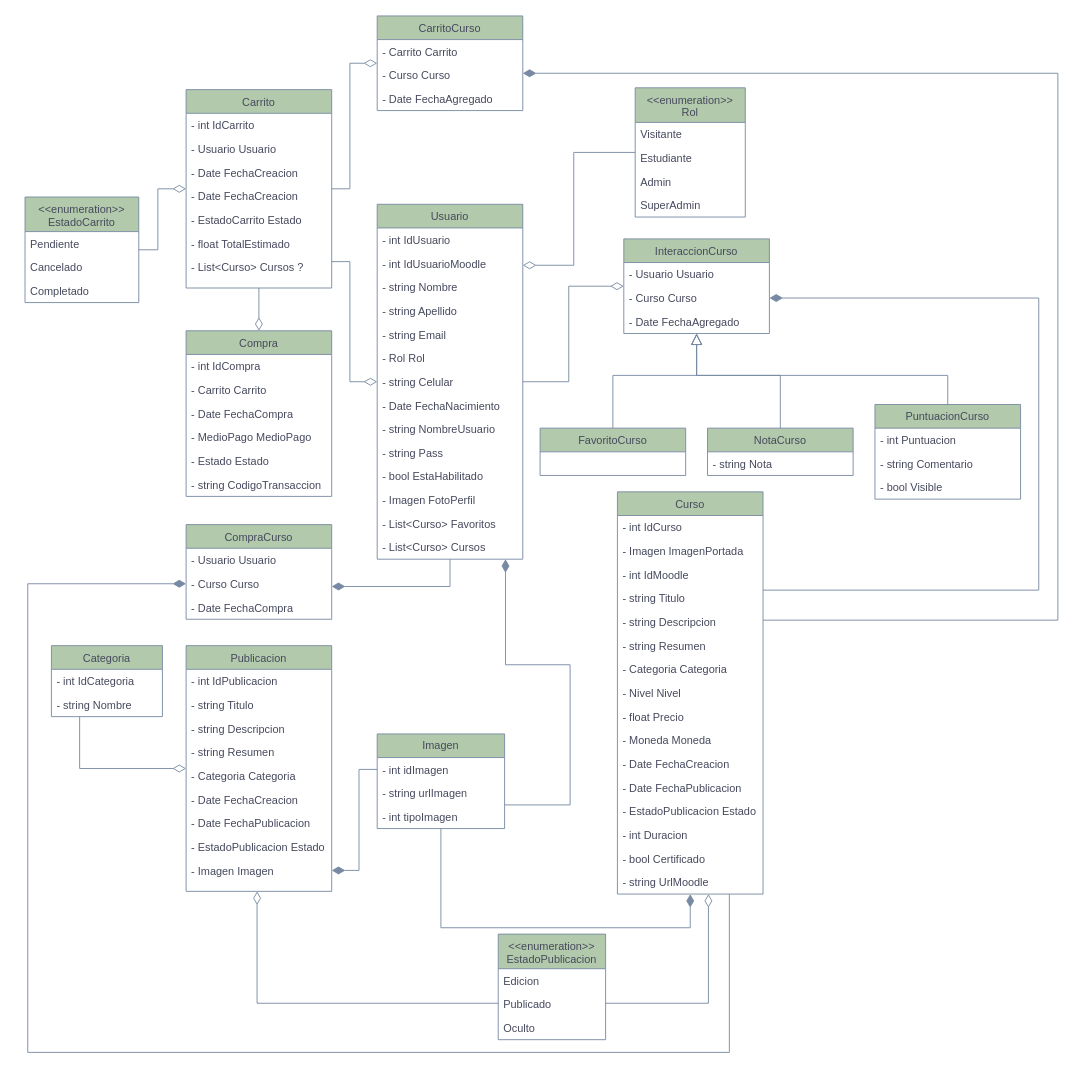
Earlier version of the draw.io diagram UML/UML.drawio (GDieser/tpc-equipo-12A). Source tidied: cells renumbered, new cells numbered last; positions are measured from the earlier drawing's top-left corner, leaving out a move shared by most shapes. Both pictures are drawn from the tidied source at 91%, with x=0, y=0 at pixel (25, 15).
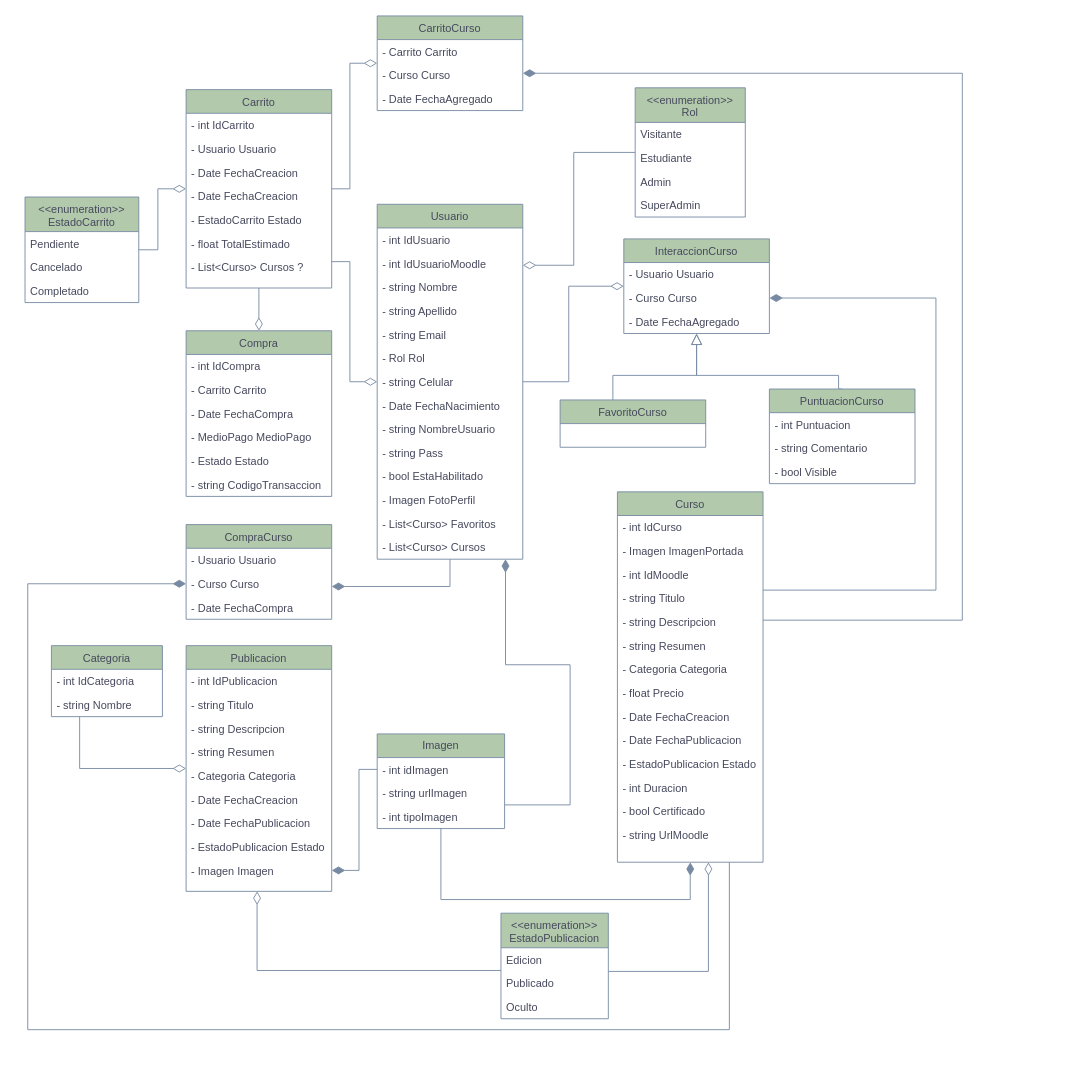
The same diagram, later.

The change refers to these unchanged cells:
```xml
<mxCell id="49" value="CarritoCurso" style="swimlane;fontStyle=0;align=center;verticalAlign=top;horizontal=1;startSize=26;rounded=0;shadow=0;strokeWidth=1;labelBackgroundColor=none;fillColor=#B2C9AB;strokeColor=#788AA3;fontColor=#46495D;" parent="1" vertex="1">
  <mxGeometry x="387" width="160" height="104" as="geometry" />
</mxCell>
<mxCell id="63" value="Imagen" style="swimlane;fontStyle=0;horizontal=1;startSize=26;fillColor=#B2C9AB;whiteSpace=wrap;html=1;labelBackgroundColor=none;strokeColor=#788AA3;fontColor=#46495D;" parent="1" vertex="1">
  <mxGeometry x="387" y="789" width="140" height="104" as="geometry" />
</mxCell>
<mxCell id="67" value="Publicacion" style="swimlane;fontStyle=0;align=center;verticalAlign=top;horizontal=1;startSize=26;rounded=0;shadow=0;strokeWidth=1;labelBackgroundColor=none;fillColor=#B2C9AB;strokeColor=#788AA3;fontColor=#46495D;" parent="1" vertex="1">
  <mxGeometry x="177" y="692" width="160" height="270" as="geometry" />
</mxCell>
<mxCell id="82" value="InteraccionCurso" style="swimlane;fontStyle=0;align=center;verticalAlign=top;horizontal=1;startSize=26;rounded=0;shadow=0;strokeWidth=1;labelBackgroundColor=none;fillColor=#B2C9AB;strokeColor=#788AA3;fontColor=#46495D;" parent="1" vertex="1">
  <mxGeometry x="658" y="245" width="160" height="104" as="geometry" />
</mxCell>
<mxCell id="88" value="CompraCurso" style="swimlane;fontStyle=0;align=center;verticalAlign=top;horizontal=1;startSize=26;rounded=0;shadow=0;strokeWidth=1;labelBackgroundColor=none;fillColor=#B2C9AB;strokeColor=#788AA3;fontColor=#46495D;" parent="1" vertex="1">
  <mxGeometry x="177" y="559" width="160" height="104" as="geometry" />
</mxCell>
```

The edit, as a diff of the source:
```diff
@@
     <mxCell id="17" value="Curso" style="swimlane;fontStyle=0;align=center;verticalAlign=top;horizontal=1;startSize=26;rounded=0;shadow=0;strokeWidth=1;labelBackgroundColor=none;fillColor=#B2C9AB;strokeColor=#788AA3;fontColor=#46495D;" parent="1" vertex="1">
-      <mxGeometry x="651" y="523" width="160" height="442" as="geometry" />
+      <mxGeometry x="651" y="523" width="160" height="407" as="geometry" />
     </mxCell>
@@
-    <mxCell id="25" value="- Nivel Nivel" style="text;align=left;verticalAlign=top;spacingLeft=4;spacingRight=4;overflow=hidden;rounded=0;shadow=0;html=0;labelBackgroundColor=none;fontColor=#46495D;" parent="17" vertex="1">
-      <mxGeometry y="208" width="160" height="26" as="geometry" />
-    </mxCell>
     <mxCell id="26" value="- float Precio" style="text;align=left;verticalAlign=top;spacingLeft=4;spacingRight=4;overflow=hidden;rounded=0;shadow=0;html=0;labelBackgroundColor=none;fontColor=#46495D;" parent="17" vertex="1">
-      <mxGeometry y="234" width="160" height="26" as="geometry" />
+      <mxGeometry y="208" width="160" height="26" as="geometry" />
     </mxCell>
-    <mxCell id="27" value="- Moneda Moneda" style="text;align=left;verticalAlign=top;spacingLeft=4;spacingRight=4;overflow=hidden;rounded=0;shadow=0;html=0;labelBackgroundColor=none;fontColor=#46495D;" parent="17" vertex="1">
-      <mxGeometry y="260" width="160" height="26" as="geometry" />
-    </mxCell>
     <mxCell id="28" value="- Date FechaCreacion" style="text;align=left;verticalAlign=top;spacingLeft=4;spacingRight=4;overflow=hidden;rounded=0;shadow=0;html=0;labelBackgroundColor=none;fontColor=#46495D;" parent="17" vertex="1">
-      <mxGeometry y="286" width="160" height="26" as="geometry" />
+      <mxGeometry y="234" width="160" height="26" as="geometry" />
     </mxCell>
     <mxCell id="29" value="- Date FechaPublicacion" style="text;align=left;verticalAlign=top;spacingLeft=4;spacingRight=4;overflow=hidden;rounded=0;shadow=0;html=0;labelBackgroundColor=none;fontColor=#46495D;" parent="17" vertex="1">
-      <mxGeometry y="312" width="160" height="26" as="geometry" />
+      <mxGeometry y="260" width="160" height="26" as="geometry" />
     </mxCell>
     <mxCell id="30" value="- EstadoPublicacion Estado" style="text;align=left;verticalAlign=top;spacingLeft=4;spacingRight=4;overflow=hidden;rounded=0;shadow=0;html=0;labelBackgroundColor=none;fontColor=#46495D;" parent="17" vertex="1">
-      <mxGeometry y="338" width="160" height="26" as="geometry" />
+      <mxGeometry y="286" width="160" height="26" as="geometry" />
     </mxCell>
     <mxCell id="31" value="- int Duracion" style="text;align=left;verticalAlign=top;spacingLeft=4;spacingRight=4;overflow=hidden;rounded=0;shadow=0;html=0;labelBackgroundColor=none;fontColor=#46495D;" parent="17" vertex="1">
-      <mxGeometry y="364" width="160" height="26" as="geometry" />
+      <mxGeometry y="312" width="160" height="26" as="geometry" />
     </mxCell>
     <mxCell id="32" value="- bool Certificado" style="text;align=left;verticalAlign=top;spacingLeft=4;spacingRight=4;overflow=hidden;rounded=0;shadow=0;html=0;labelBackgroundColor=none;fontColor=#46495D;" parent="17" vertex="1">
-      <mxGeometry y="390" width="160" height="26" as="geometry" />
+      <mxGeometry y="338" width="160" height="26" as="geometry" />
     </mxCell>
     <mxCell id="33" value="- string UrlMoodle" style="text;align=left;verticalAlign=top;spacingLeft=4;spacingRight=4;overflow=hidden;rounded=0;shadow=0;html=0;labelBackgroundColor=none;fontColor=#46495D;" parent="17" vertex="1">
-      <mxGeometry y="416" width="160" height="26" as="geometry" />
+      <mxGeometry y="364" width="160" height="26" as="geometry" />
     </mxCell>
@@
     <mxCell id="54" value="FavoritoCurso" style="swimlane;fontStyle=0;align=center;verticalAlign=top;horizontal=1;startSize=26;rounded=0;shadow=0;strokeWidth=1;labelBackgroundColor=none;fillColor=#B2C9AB;strokeColor=#788AA3;fontColor=#46495D;" parent="1" vertex="1">
-      <mxGeometry x="566" y="453" width="160" height="52" as="geometry" />
+      <mxGeometry x="588" y="422" width="160" height="52" as="geometry" />
     </mxCell>
     <mxCell id="55" style="edgeStyle=orthogonalEdgeStyle;rounded=0;jettySize=auto;html=1;endArrow=block;endFill=0;endSize=10;labelBackgroundColor=none;strokeColor=#788AA3;fontColor=default;exitX=0.5;exitY=0;exitDx=0;exitDy=0;" parent="1" edge="1" source="56" target="82">
       <mxGeometry relative="1" as="geometry">
         <Array as="points">
-          <mxPoint x="1014" y="395" />
+          <mxPoint x="894" y="410" />
+          <mxPoint x="894" y="395" />
           <mxPoint x="738" y="395" />
         </Array>
       </mxGeometry>
     </mxCell>
     <mxCell id="56" value="PuntuacionCurso" style="swimlane;fontStyle=0;align=center;verticalAlign=top;horizontal=1;startSize=26;rounded=0;shadow=0;strokeWidth=1;labelBackgroundColor=none;fillColor=#B2C9AB;strokeColor=#788AA3;fontColor=#46495D;" parent="1" vertex="1">
-      <mxGeometry x="934" y="427" width="160" height="104" as="geometry" />
+      <mxGeometry x="818" y="410" width="160" height="104" as="geometry" />
     </mxCell>
@@
-    <mxCell id="60" style="edgeStyle=orthogonalEdgeStyle;rounded=0;jettySize=auto;html=1;endArrow=block;endFill=0;endSize=10;labelBackgroundColor=none;strokeColor=#788AA3;fontColor=default;" parent="1" edge="1" source="61" target="82">
-      <mxGeometry relative="1" as="geometry">
-        <Array as="points">
-          <mxPoint x="830" y="395" />
-          <mxPoint x="738" y="395" />
-        </Array>
-      </mxGeometry>
-    </mxCell>
-    <mxCell id="61" value="NotaCurso" style="swimlane;fontStyle=0;align=center;verticalAlign=top;horizontal=1;startSize=26;rounded=0;shadow=0;strokeWidth=1;labelBackgroundColor=none;fillColor=#B2C9AB;strokeColor=#788AA3;fontColor=#46495D;" parent="1" vertex="1">
-      <mxGeometry x="750" y="453" width="160" height="52" as="geometry" />
-    </mxCell>
-    <mxCell id="62" value="- string Nota" style="text;align=left;verticalAlign=top;spacingLeft=4;spacingRight=4;overflow=hidden;rounded=0;shadow=0;html=0;labelBackgroundColor=none;fontColor=#46495D;" parent="61" vertex="1">
-      <mxGeometry y="26" width="160" height="26" as="geometry" />
-    </mxCell>
@@
     <mxCell id="77" style="edgeStyle=orthogonalEdgeStyle;rounded=0;jettySize=auto;html=1;strokeColor=#788AA3;fontSize=12;fontColor=default;startSize=8;endSize=12;labelBackgroundColor=none;endArrow=diamondThin;endFill=1;" parent="1" edge="1" source="63" target="17">
       <mxGeometry relative="1" as="geometry">
         <Array as="points">
-          <mxPoint x="457" y="1002" />
-          <mxPoint x="731" y="1002" />
+          <mxPoint x="457" y="971" />
+          <mxPoint x="731" y="971" />
         </Array>
       </mxGeometry>
     </mxCell>
@@
     <mxCell id="81" style="edgeStyle=orthogonalEdgeStyle;rounded=0;jettySize=auto;html=1;labelBackgroundColor=none;strokeColor=#788AA3;fontColor=default;endArrow=diamondThin;endFill=1;endSize=12;" parent="1" edge="1" source="17" target="49">
       <mxGeometry relative="1" as="geometry">
         <Array as="points">
-          <mxPoint x="1135" y="664" />
-          <mxPoint x="1135" y="63" />
+          <mxPoint x="1030" y="664" />
+          <mxPoint x="1030" y="63" />
         </Array>
       </mxGeometry>
     </mxCell>
@@
     <mxCell id="86" style="edgeStyle=orthogonalEdgeStyle;rounded=0;jettySize=auto;html=1;labelBackgroundColor=none;strokeColor=#788AA3;fontColor=default;endArrow=diamondThin;endFill=1;strokeWidth=1;endSize=12;" parent="1" edge="1" source="17" target="82">
       <mxGeometry relative="1" as="geometry">
         <Array as="points">
-          <mxPoint x="1114" y="631" />
-          <mxPoint x="1114" y="310" />
+          <mxPoint x="1001" y="631" />
+          <mxPoint x="1001" y="310" />
         </Array>
       </mxGeometry>
     </mxCell>
@@
     <mxCell id="93" style="edgeStyle=orthogonalEdgeStyle;rounded=0;jettySize=auto;html=1;strokeColor=#788AA3;fontColor=default;fillColor=#B2C9AB;endArrow=diamondThin;endFill=1;endSize=12;labelBackgroundColor=none;" parent="1" edge="1" source="17" target="88">
       <mxGeometry relative="1" as="geometry">
         <Array as="points">
-          <mxPoint x="774" y="1139" />
-          <mxPoint x="3" y="1139" />
+          <mxPoint x="774" y="1114" />
+          <mxPoint x="3" y="1114" />
           <mxPoint x="3" y="624" />
         </Array>
       </mxGeometry>
     </mxCell>
@@
     <mxCell id="111" style="edgeStyle=orthogonalEdgeStyle;rounded=0;jettySize=auto;html=1;strokeColor=#788AA3;fontColor=#46495D;fillColor=#B2C9AB;endArrow=diamondThin;endFill=0;endSize=12;" parent="1" edge="1" source="114" target="17">
       <mxGeometry relative="1" as="geometry">
         <Array as="points">
-          <mxPoint x="751" y="1085" />
+          <mxPoint x="751" y="1050" />
         </Array>
       </mxGeometry>
     </mxCell>
@@
     <mxCell id="113" style="edgeStyle=orthogonalEdgeStyle;rounded=0;jettySize=auto;html=1;strokeColor=#788AA3;fontColor=#46495D;fillColor=#B2C9AB;endArrow=diamondThin;endFill=0;endSize=12;" parent="1" edge="1" source="114" target="67">
       <mxGeometry relative="1" as="geometry">
         <Array as="points">
-          <mxPoint x="255" y="1085" />
+          <mxPoint x="255" y="1049" />
         </Array>
       </mxGeometry>
     </mxCell>
     <mxCell id="114" value="&lt;&lt;enumeration&gt;&gt;&#10;EstadoPublicacion" style="swimlane;fontStyle=0;align=center;verticalAlign=top;horizontal=1;startSize=38;rounded=0;shadow=0;strokeWidth=1;labelBackgroundColor=none;fillColor=#B2C9AB;strokeColor=#788AA3;fontColor=#46495D;" parent="1" vertex="1">
-      <mxGeometry x="520" y="1009" width="118" height="116" as="geometry" />
+      <mxGeometry x="523" y="986" width="118" height="116" as="geometry" />
     </mxCell>
```
